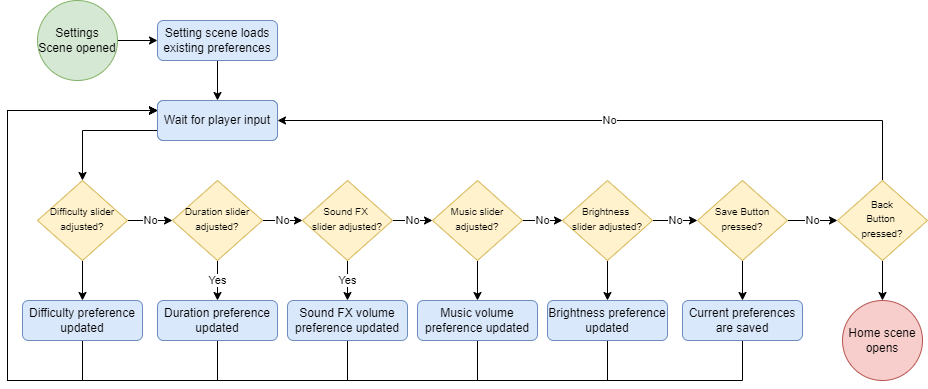
This is SettingsScene.png from zkturman/TiltaPong, a draw.io export, as it was before one commit. Source tidied: cells renumbered, new cells last; positions are measured from the earlier drawing's top-left corner, leaving out a move shared by most shapes. Source of this version:
```xml
<mxGraphModel>
  <root>
    <mxCell id="0" />
    <mxCell id="1" parent="0" />
    <mxCell id="2" value="No" style="edgeStyle=orthogonalEdgeStyle;rounded=0;jettySize=auto;html=1;exitX=1;exitY=0.5;exitDx=0;exitDy=0;entryX=0;entryY=0.5;entryDx=0;entryDy=0;" parent="1" edge="1" source="4" target="9">
      <mxGeometry relative="1" as="geometry" />
    </mxCell>
    <mxCell id="3" value="Yes" style="edgeStyle=orthogonalEdgeStyle;rounded=0;jettySize=auto;html=1;exitX=0.5;exitY=1;exitDx=0;exitDy=0;entryX=0.5;entryY=0;entryDx=0;entryDy=0;" parent="1" edge="1" source="4" target="35">
      <mxGeometry relative="1" as="geometry" />
    </mxCell>
    <mxCell id="4" value="&lt;span style=&quot;font-size: 10px&quot;&gt;Duration slider adjusted?&lt;/span&gt;" style="rhombus;whiteSpace=wrap;html=1;shadow=0;fontFamily=Helvetica;fontSize=12;align=center;strokeWidth=1;spacing=6;spacingTop=-4;fillColor=#fff2cc;strokeColor=#d6b656;" parent="1" vertex="1">
      <mxGeometry x="165" y="180" width="90" height="80" as="geometry" />
    </mxCell>
    <mxCell id="5" style="edgeStyle=orthogonalEdgeStyle;rounded=0;jettySize=auto;html=1;exitX=1;exitY=0.5;exitDx=0;exitDy=0;" parent="1" edge="1" source="6" target="17">
      <mxGeometry relative="1" as="geometry" />
    </mxCell>
    <mxCell id="6" value="Settings Scene opened" style="ellipse;whiteSpace=wrap;html=1;fillColor=#d5e8d4;strokeColor=#82b366;" parent="1" vertex="1">
      <mxGeometry x="30" width="80" height="80" as="geometry" />
    </mxCell>
    <mxCell id="7" value="No" style="edgeStyle=orthogonalEdgeStyle;rounded=0;jettySize=auto;html=1;exitX=1;exitY=0.5;exitDx=0;exitDy=0;entryX=0;entryY=0.5;entryDx=0;entryDy=0;" parent="1" edge="1" source="9" target="12">
      <mxGeometry relative="1" as="geometry" />
    </mxCell>
    <mxCell id="8" value="Yes" style="edgeStyle=orthogonalEdgeStyle;rounded=0;jettySize=auto;html=1;exitX=0.5;exitY=1;exitDx=0;exitDy=0;" parent="1" edge="1" source="9" target="19">
      <mxGeometry relative="1" as="geometry" />
    </mxCell>
    <mxCell id="9" value="&lt;span style=&quot;font-size: 10px&quot;&gt;Sound FX &lt;br&gt;slider adjusted?&lt;/span&gt;" style="rhombus;whiteSpace=wrap;html=1;shadow=0;fontFamily=Helvetica;fontSize=12;align=center;strokeWidth=1;spacing=6;spacingTop=-4;fillColor=#fff2cc;strokeColor=#d6b656;" parent="1" vertex="1">
      <mxGeometry x="295" y="180" width="90" height="80" as="geometry" />
    </mxCell>
    <mxCell id="10" value="No" style="edgeStyle=orthogonalEdgeStyle;rounded=0;jettySize=auto;html=1;exitX=1;exitY=0.5;exitDx=0;exitDy=0;entryX=0;entryY=0.5;entryDx=0;entryDy=0;" parent="1" edge="1" source="12" target="15">
      <mxGeometry relative="1" as="geometry" />
    </mxCell>
    <mxCell id="11" style="edgeStyle=orthogonalEdgeStyle;rounded=0;jettySize=auto;html=1;exitX=0.5;exitY=1;exitDx=0;exitDy=0;" parent="1" edge="1" source="12" target="37">
      <mxGeometry relative="1" as="geometry" />
    </mxCell>
    <mxCell id="12" value="&lt;span style=&quot;font-size: 10px&quot;&gt;Music slider adjusted?&lt;/span&gt;" style="rhombus;whiteSpace=wrap;html=1;shadow=0;fontFamily=Helvetica;fontSize=12;align=center;strokeWidth=1;spacing=6;spacingTop=-4;fillColor=#fff2cc;strokeColor=#d6b656;" parent="1" vertex="1">
      <mxGeometry x="425" y="180" width="90" height="80" as="geometry" />
    </mxCell>
    <mxCell id="13" value="No" style="edgeStyle=orthogonalEdgeStyle;rounded=0;jettySize=auto;html=1;exitX=1;exitY=0.5;exitDx=0;exitDy=0;entryX=0;entryY=0.5;entryDx=0;entryDy=0;" parent="1" edge="1" source="15" target="24">
      <mxGeometry relative="1" as="geometry" />
    </mxCell>
    <mxCell id="14" style="edgeStyle=orthogonalEdgeStyle;rounded=0;jettySize=auto;html=1;exitX=0.5;exitY=1;exitDx=0;exitDy=0;entryX=0.5;entryY=0;entryDx=0;entryDy=0;" parent="1" edge="1" source="15" target="39">
      <mxGeometry relative="1" as="geometry" />
    </mxCell>
    <mxCell id="15" value="&lt;span style=&quot;font-size: 10px&quot;&gt;Brightness &lt;br&gt;slider adjusted?&lt;/span&gt;" style="rhombus;whiteSpace=wrap;html=1;shadow=0;fontFamily=Helvetica;fontSize=12;align=center;strokeWidth=1;spacing=6;spacingTop=-4;fillColor=#fff2cc;strokeColor=#d6b656;" parent="1" vertex="1">
      <mxGeometry x="555" y="180" width="90" height="80" as="geometry" />
    </mxCell>
    <mxCell id="16" style="edgeStyle=orthogonalEdgeStyle;rounded=0;jettySize=auto;html=1;exitX=0.5;exitY=1;exitDx=0;exitDy=0;" parent="1" edge="1" source="17" target="21">
      <mxGeometry relative="1" as="geometry" />
    </mxCell>
    <mxCell id="17" value="Setting scene loads existing preferences" style="rounded=1;whiteSpace=wrap;html=1;fillColor=#dae8fc;strokeColor=#6c8ebf;" parent="1" vertex="1">
      <mxGeometry x="150" y="20" width="120" height="40" as="geometry" />
    </mxCell>
    <mxCell id="18" style="edgeStyle=orthogonalEdgeStyle;rounded=0;jettySize=auto;html=1;exitX=0.5;exitY=1;exitDx=0;exitDy=0;entryX=0;entryY=0.25;entryDx=0;entryDy=0;" parent="1" edge="1" source="19" target="31">
      <mxGeometry relative="1" as="geometry">
        <Array as="points">
          <mxPoint x="340" y="380" />
          <mxPoint y="380" />
          <mxPoint y="110" />
        </Array>
      </mxGeometry>
    </mxCell>
    <mxCell id="19" value="Sound FX volume preference updated" style="rounded=1;whiteSpace=wrap;html=1;fillColor=#dae8fc;strokeColor=#6c8ebf;" parent="1" vertex="1">
      <mxGeometry x="280" y="300" width="120" height="40" as="geometry" />
    </mxCell>
    <mxCell id="20" style="edgeStyle=orthogonalEdgeStyle;rounded=0;jettySize=auto;html=1;exitX=0;exitY=0.75;exitDx=0;exitDy=0;" parent="1" edge="1" source="31" target="27">
      <mxGeometry relative="1" as="geometry" />
    </mxCell>
    <mxCell id="21" value="Wait for player input" style="rounded=1;whiteSpace=wrap;html=1;fillColor=#dae8fc;strokeColor=#6c8ebf;" parent="1" vertex="1">
      <mxGeometry x="150" y="100" width="120" height="40" as="geometry" />
    </mxCell>
    <mxCell id="22" value="No" style="edgeStyle=orthogonalEdgeStyle;rounded=0;jettySize=auto;html=1;" parent="1" edge="1" source="24" target="30">
      <mxGeometry relative="1" as="geometry" />
    </mxCell>
    <mxCell id="23" style="edgeStyle=orthogonalEdgeStyle;rounded=0;jettySize=auto;html=1;exitX=0.5;exitY=1;exitDx=0;exitDy=0;entryX=0.5;entryY=0;entryDx=0;entryDy=0;" parent="1" edge="1" source="24" target="41">
      <mxGeometry relative="1" as="geometry" />
    </mxCell>
    <mxCell id="24" value="&lt;span style=&quot;font-size: 10px&quot;&gt;Save Button pressed?&lt;/span&gt;" style="rhombus;whiteSpace=wrap;html=1;shadow=0;fontFamily=Helvetica;fontSize=12;align=center;strokeWidth=1;spacing=6;spacingTop=-4;fillColor=#fff2cc;strokeColor=#d6b656;" parent="1" vertex="1">
      <mxGeometry x="690" y="180" width="90" height="80" as="geometry" />
    </mxCell>
    <mxCell id="25" value="No" style="edgeStyle=orthogonalEdgeStyle;rounded=0;jettySize=auto;html=1;" parent="1" edge="1" source="27" target="4">
      <mxGeometry relative="1" as="geometry" />
    </mxCell>
    <mxCell id="26" style="edgeStyle=orthogonalEdgeStyle;rounded=0;jettySize=auto;html=1;exitX=0.5;exitY=1;exitDx=0;exitDy=0;" parent="1" edge="1" source="27" target="33">
      <mxGeometry relative="1" as="geometry" />
    </mxCell>
    <mxCell id="27" value="&lt;span style=&quot;font-size: 10px&quot;&gt;Difficulty slider adjusted?&lt;/span&gt;" style="rhombus;whiteSpace=wrap;html=1;shadow=0;fontFamily=Helvetica;fontSize=12;align=center;strokeWidth=1;spacing=6;spacingTop=-4;fillColor=#fff2cc;strokeColor=#d6b656;" parent="1" vertex="1">
      <mxGeometry x="30" y="180" width="90" height="80" as="geometry" />
    </mxCell>
    <mxCell id="28" value="No" style="edgeStyle=orthogonalEdgeStyle;rounded=0;jettySize=auto;html=1;exitX=0.5;exitY=0;exitDx=0;exitDy=0;entryX=1;entryY=0.5;entryDx=0;entryDy=0;" parent="1" edge="1" source="30" target="21">
      <mxGeometry relative="1" as="geometry" />
    </mxCell>
    <mxCell id="29" style="edgeStyle=orthogonalEdgeStyle;rounded=0;jettySize=auto;html=1;exitX=0.5;exitY=1;exitDx=0;exitDy=0;" parent="1" edge="1" source="30" target="42">
      <mxGeometry relative="1" as="geometry" />
    </mxCell>
    <mxCell id="30" value="&lt;font style=&quot;font-size: 10px&quot;&gt;Back&lt;br&gt;Button &lt;br&gt;pressed?&lt;/font&gt;" style="rhombus;whiteSpace=wrap;html=1;shadow=0;fontFamily=Helvetica;fontSize=12;align=center;strokeWidth=1;spacing=6;spacingTop=-4;fillColor=#fff2cc;strokeColor=#d6b656;" parent="1" vertex="1">
      <mxGeometry x="830" y="180" width="90" height="80" as="geometry" />
    </mxCell>
    <mxCell id="31" value="Wait for player input" style="rounded=1;whiteSpace=wrap;html=1;fillColor=#dae8fc;strokeColor=#6c8ebf;" parent="1" vertex="1">
      <mxGeometry x="150" y="100" width="120" height="40" as="geometry" />
    </mxCell>
    <mxCell id="32" style="edgeStyle=orthogonalEdgeStyle;rounded=0;jettySize=auto;html=1;exitX=0.5;exitY=1;exitDx=0;exitDy=0;entryX=0;entryY=0.25;entryDx=0;entryDy=0;" parent="1" edge="1" source="33" target="31">
      <mxGeometry relative="1" as="geometry">
        <Array as="points">
          <mxPoint x="75" y="380" />
          <mxPoint y="380" />
          <mxPoint y="110" />
        </Array>
      </mxGeometry>
    </mxCell>
    <mxCell id="33" value="Difficulty preference updated" style="rounded=1;whiteSpace=wrap;html=1;fillColor=#dae8fc;strokeColor=#6c8ebf;" parent="1" vertex="1">
      <mxGeometry x="15" y="300" width="120" height="40" as="geometry" />
    </mxCell>
    <mxCell id="34" style="edgeStyle=orthogonalEdgeStyle;rounded=0;jettySize=auto;html=1;exitX=0.5;exitY=1;exitDx=0;exitDy=0;entryX=0;entryY=0.25;entryDx=0;entryDy=0;" parent="1" edge="1" source="35" target="31">
      <mxGeometry relative="1" as="geometry">
        <Array as="points">
          <mxPoint x="210" y="380" />
          <mxPoint y="380" />
          <mxPoint y="110" />
        </Array>
      </mxGeometry>
    </mxCell>
    <mxCell id="35" value="Duration preference updated" style="rounded=1;whiteSpace=wrap;html=1;fillColor=#dae8fc;strokeColor=#6c8ebf;" parent="1" vertex="1">
      <mxGeometry x="150" y="300" width="120" height="40" as="geometry" />
    </mxCell>
    <mxCell id="36" style="edgeStyle=orthogonalEdgeStyle;rounded=0;jettySize=auto;html=1;exitX=0.5;exitY=1;exitDx=0;exitDy=0;" parent="1" edge="1" source="37">
      <mxGeometry relative="1" as="geometry">
        <mxPoint x="150" y="110" as="targetPoint" />
        <Array as="points">
          <mxPoint x="470" y="380" />
          <mxPoint y="380" />
          <mxPoint y="110" />
        </Array>
      </mxGeometry>
    </mxCell>
    <mxCell id="37" value="Music volume preference updated" style="rounded=1;whiteSpace=wrap;html=1;fillColor=#dae8fc;strokeColor=#6c8ebf;" parent="1" vertex="1">
      <mxGeometry x="410" y="300" width="120" height="40" as="geometry" />
    </mxCell>
    <mxCell id="38" style="edgeStyle=orthogonalEdgeStyle;rounded=0;jettySize=auto;html=1;exitX=0.5;exitY=1;exitDx=0;exitDy=0;" parent="1" edge="1" source="39">
      <mxGeometry relative="1" as="geometry">
        <mxPoint x="150" y="110" as="targetPoint" />
        <Array as="points">
          <mxPoint x="600" y="380" />
          <mxPoint y="380" />
          <mxPoint y="110" />
        </Array>
      </mxGeometry>
    </mxCell>
    <mxCell id="39" value="Brightness preference updated" style="rounded=1;whiteSpace=wrap;html=1;fillColor=#dae8fc;strokeColor=#6c8ebf;" parent="1" vertex="1">
      <mxGeometry x="540" y="300" width="120" height="40" as="geometry" />
    </mxCell>
    <mxCell id="40" style="edgeStyle=orthogonalEdgeStyle;rounded=0;jettySize=auto;html=1;exitX=0.5;exitY=1;exitDx=0;exitDy=0;" parent="1" edge="1" source="41">
      <mxGeometry relative="1" as="geometry">
        <mxPoint x="150" y="110" as="targetPoint" />
        <Array as="points">
          <mxPoint x="735" y="380" />
          <mxPoint y="380" />
          <mxPoint y="110" />
        </Array>
      </mxGeometry>
    </mxCell>
    <mxCell id="41" value="Current preferences are saved" style="rounded=1;whiteSpace=wrap;html=1;fillColor=#dae8fc;strokeColor=#6c8ebf;" parent="1" vertex="1">
      <mxGeometry x="675" y="300" width="120" height="40" as="geometry" />
    </mxCell>
    <mxCell id="42" value="Home scene opens" style="ellipse;whiteSpace=wrap;html=1;fillColor=#f8cecc;strokeColor=#b85450;" parent="1" vertex="1">
      <mxGeometry x="835" y="300" width="80" height="80" as="geometry" />
    </mxCell>
  </root>
</mxGraphModel>
```
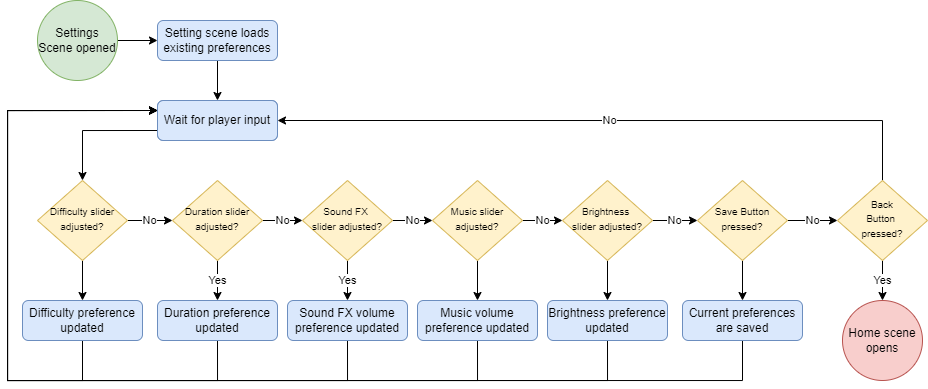
The same file after the commit.

Diff of the diagram source:
```diff
@@ -89,7 +89,7 @@
     <mxCell id="28" value="No" style="edgeStyle=orthogonalEdgeStyle;rounded=0;jettySize=auto;html=1;exitX=0.5;exitY=0;exitDx=0;exitDy=0;entryX=1;entryY=0.5;entryDx=0;entryDy=0;" parent="1" edge="1" source="30" target="21">
       <mxGeometry relative="1" as="geometry" />
     </mxCell>
-    <mxCell id="29" style="edgeStyle=orthogonalEdgeStyle;rounded=0;jettySize=auto;html=1;exitX=0.5;exitY=1;exitDx=0;exitDy=0;" parent="1" edge="1" source="30" target="42">
+    <mxCell id="29" value="Yes" style="edgeStyle=orthogonalEdgeStyle;rounded=0;jettySize=auto;html=1;exitX=0.5;exitY=1;exitDx=0;exitDy=0;" parent="1" edge="1" source="30" target="42">
       <mxGeometry relative="1" as="geometry" />
     </mxCell>
     <mxCell id="30" value="&lt;font style=&quot;font-size: 10px&quot;&gt;Back&lt;br&gt;Button &lt;br&gt;pressed?&lt;/font&gt;" style="rhombus;whiteSpace=wrap;html=1;shadow=0;fontFamily=Helvetica;fontSize=12;align=center;strokeWidth=1;spacing=6;spacingTop=-4;fillColor=#fff2cc;strokeColor=#d6b656;" parent="1" vertex="1">
```
